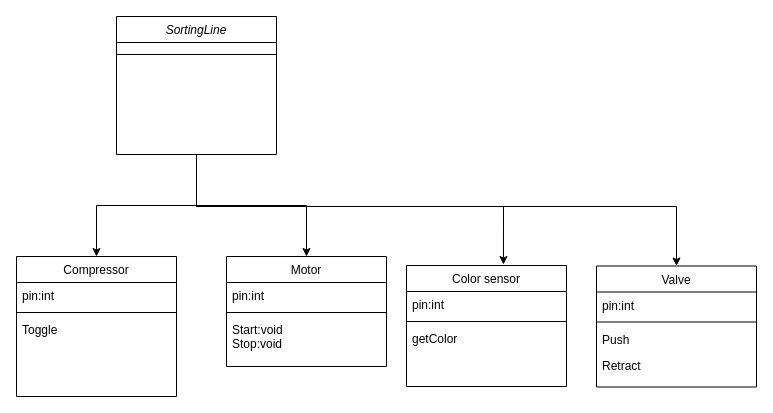
Earlier version of the draw.io diagram Diagram zonder titel.drawio (JaibreyonLourens/Wavers_champions). Source tidied: cells renumbered, new cells numbered last; positions are measured from the earlier drawing's top-left corner, leaving out a move shared by most shapes. Both pictures are drawn from the tidied source at 100%, with x=0, y=0 at pixel (16, 16).
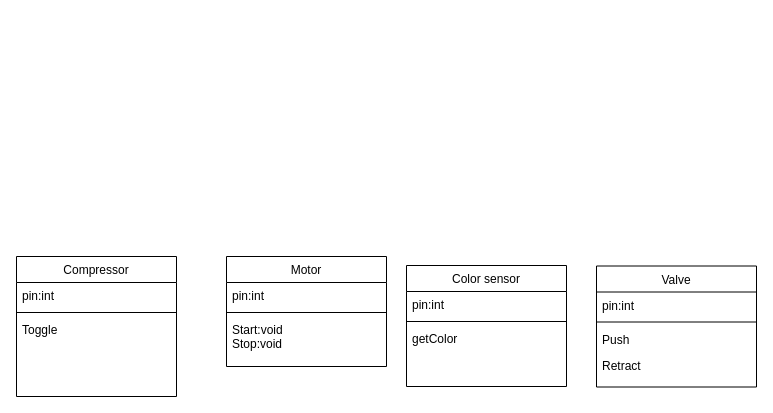
After the change.

Commit message:
Klassendiagram Industry Project

Unchanged cells that the change refers to:
```xml
<mxCell id="8" value="Compressor" style="swimlane;fontStyle=0;align=center;verticalAlign=top;horizontal=1;startSize=26;rounded=0;shadow=0;strokeWidth=1;" parent="1" vertex="1">
  <mxGeometry y="240" width="160" height="140" as="geometry" />
</mxCell>
<mxCell id="12" value="Motor" style="swimlane;fontStyle=0;align=center;verticalAlign=top;horizontal=1;startSize=26;rounded=0;shadow=0;strokeWidth=1;" parent="1" vertex="1">
  <mxGeometry x="210" y="240" width="160" height="110" as="geometry" />
</mxCell>
<mxCell id="16" value="Color sensor" style="swimlane;fontStyle=0;align=center;verticalAlign=top;horizontal=1;startSize=26;rounded=0;shadow=0;strokeWidth=1;" parent="1" vertex="1">
  <mxGeometry x="390" y="249" width="160" height="121" as="geometry" />
</mxCell>
<mxCell id="20" value="Valve" style="swimlane;fontStyle=0;align=center;verticalAlign=top;horizontal=1;startSize=26;rounded=0;shadow=0;strokeWidth=1;" parent="1" vertex="1">
  <mxGeometry x="580" y="249.5" width="160" height="121" as="geometry" />
</mxCell>
```

What changed in the source:
```diff
@@
-    <mxCell id="2" style="edgeStyle=orthogonalEdgeStyle;rounded=0;jettySize=auto;html=1;exitX=0.5;exitY=1;exitDx=0;exitDy=0;entryX=0.5;entryY=0;entryDx=0;entryDy=0;" parent="1" edge="1" source="6" target="8">
-      <mxGeometry relative="1" as="geometry" />
-    </mxCell>
-    <mxCell id="3" style="edgeStyle=orthogonalEdgeStyle;rounded=0;jettySize=auto;html=1;exitX=0.5;exitY=1;exitDx=0;exitDy=0;" parent="1" edge="1" source="6" target="12">
-      <mxGeometry relative="1" as="geometry" />
-    </mxCell>
-    <mxCell id="4" style="edgeStyle=orthogonalEdgeStyle;rounded=0;jettySize=auto;html=1;exitX=0.5;exitY=1;exitDx=0;exitDy=0;entryX=0.606;entryY=-0.008;entryDx=0;entryDy=0;entryPerimeter=0;" parent="1" edge="1" source="6" target="16">
-      <mxGeometry relative="1" as="geometry">
-        <Array as="points">
-          <mxPoint x="180" y="190" />
-          <mxPoint x="487" y="190" />
-        </Array>
-      </mxGeometry>
-    </mxCell>
-    <mxCell id="5" style="edgeStyle=orthogonalEdgeStyle;rounded=0;jettySize=auto;html=1;exitX=0.5;exitY=1;exitDx=0;exitDy=0;entryX=0.5;entryY=0;entryDx=0;entryDy=0;" parent="1" edge="1" source="6" target="20">
-      <mxGeometry relative="1" as="geometry">
-        <Array as="points">
-          <mxPoint x="180" y="190" />
-          <mxPoint x="660" y="190" />
-        </Array>
-      </mxGeometry>
-    </mxCell>
-    <mxCell id="6" value="SortingLine" style="swimlane;fontStyle=2;align=center;verticalAlign=top;horizontal=1;startSize=26;rounded=0;shadow=0;strokeWidth=1;" parent="1" vertex="1">
-      <mxGeometry x="100" width="160" height="138" as="geometry" />
-    </mxCell>
-    <mxCell id="7" style="line;html=1;strokeWidth=1;align=left;verticalAlign=middle;spacingTop=-1;spacingLeft=3;spacingRight=3;labelPosition=right;" parent="6" vertex="1">
-      <mxGeometry y="26" width="160" height="24" as="geometry" />
-    </mxCell>
```
